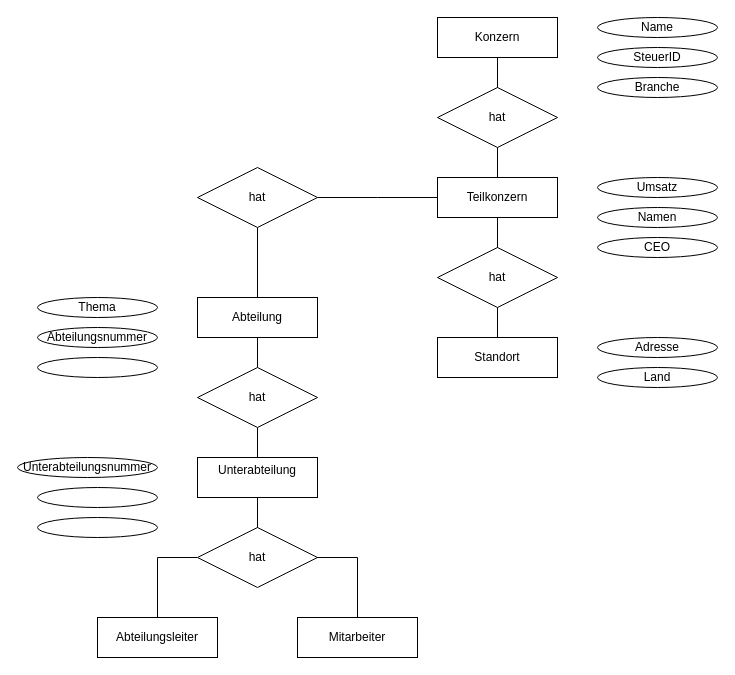
This is 01-05 ER, XML und Klassendiagramm/Aufgabe01/Aufgabe01.drawio from R4Tobi/modellierung, a draw.io file, before an edit. Source tidied: cells renumbered, new cells numbered last; positions are measured from the earlier drawing's top-left corner, leaving out a move shared by most shapes. Both pictures are drawn from the tidied source at 100%, with x=0, y=0 at pixel (17, 17).
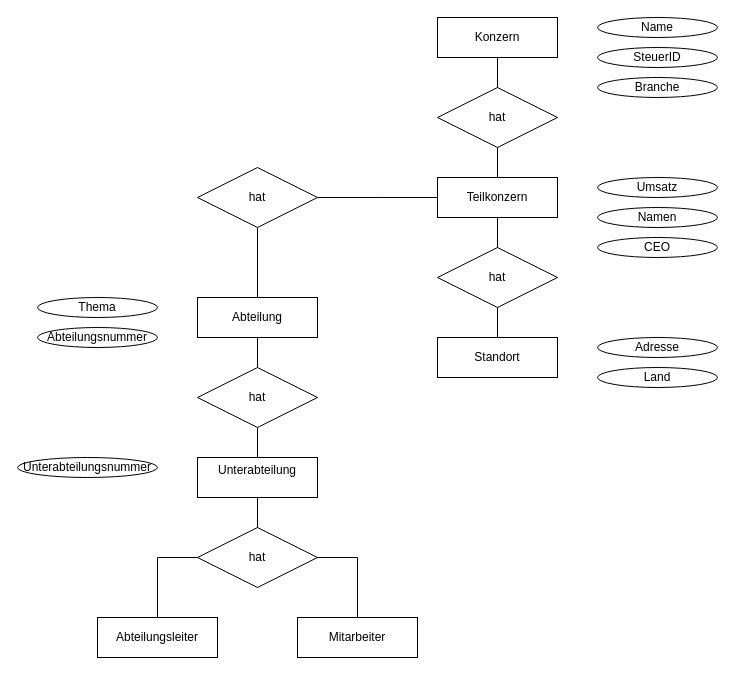
After the change.

Change to the diagram source:
```diff
@@
-    <mxCell id="33" style="ellipse;whiteSpace=wrap;html=1;" parent="1" vertex="1">
-      <mxGeometry x="20" y="500" width="120" height="20" as="geometry" />
-    </mxCell>
-    <mxCell id="34" style="ellipse;whiteSpace=wrap;html=1;" parent="1" vertex="1">
-      <mxGeometry x="20" y="470" width="120" height="20" as="geometry" />
-    </mxCell>
-    <mxCell id="35" style="ellipse;whiteSpace=wrap;html=1;" parent="1" vertex="1">
-      <mxGeometry x="20" y="340" width="120" height="20" as="geometry" />
-    </mxCell>
```
